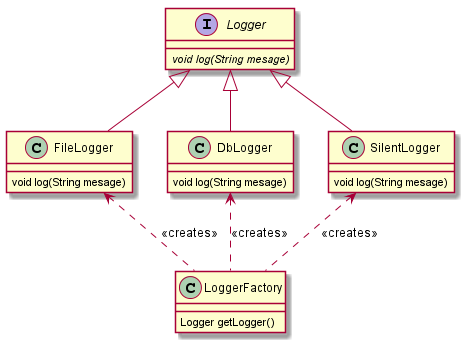
The PlantUML diagram doc/images/factory_method.png in familyboateaf4v/doubleSlashde9, before a commit.
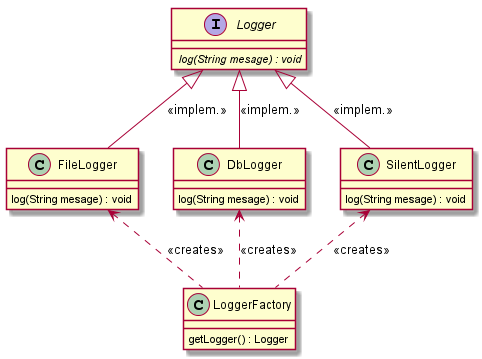
Above is the later version.

Commit message:
UML: Updated factory class diagram; added state diagrams.

Diff of the diagram source:
```diff
@@ -1,28 +1,28 @@
 @startuml
 
 interface Logger {
-{abstract} void log(String mesage)
+{abstract} log(String mesage) : void
 }
 
 class FileLogger {
-void log(String mesage)
+log(String mesage) : void
 }
 
 class DbLogger {
-void log(String mesage)
+log(String mesage) : void
 }
 
 class SilentLogger {
-void log(String mesage)
+log(String mesage) : void
 }
 
 class LoggerFactory {
-Logger getLogger()
+getLogger() : Logger
 }
 
-Logger <|-- FileLogger
-Logger <|-- DbLogger
-Logger <|-- SilentLogger
+Logger <|-- FileLogger : <<implem.>>
+Logger <|-- DbLogger : <<implem.>>
+Logger <|-- SilentLogger : <<implem.>>
 
 LoggerFactory .up.> SilentLogger: <<creates>>
 LoggerFactory .up.> DbLogger: <<creates>>
```
